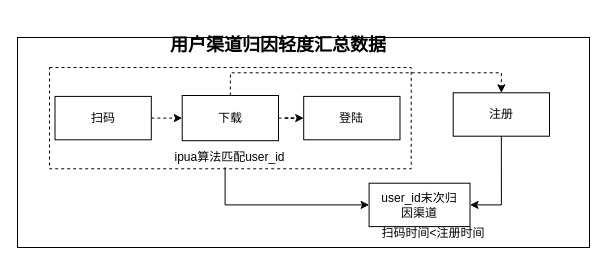
The draw.io diagram mt渠道.drawio in mineminemine123/work-wiki, before the edit. Source tidied: cells renumbered, new cells numbered last; positions are measured from the earlier drawing's top-left corner, leaving out a move shared by most shapes. Both pictures are drawn from the tidied source at 100%, with x=0, y=0 at pixel (17, 17).
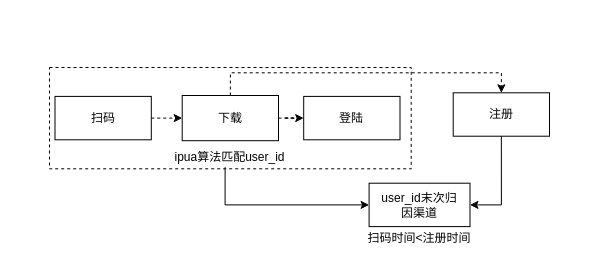
The same diagram, later.

Unchanged cells that the change refers to:
```xml
<mxCell id="4" style="group;" parent="1" vertex="1">
  <mxGeometry x="32" y="50" width="500" height="170" as="geometry" />
</mxCell>
```

Diff of the diagram source:
```diff
@@
-    <mxCell id="2" style="rounded=0;whiteSpace=wrap;html=1;strokeColor=#000000;fontSize=18;fontStyle=0;" parent="1" vertex="1">
-      <mxGeometry y="20" width="572" height="210" as="geometry" />
-    </mxCell>
-    <mxCell id="3" value="用户渠道归因轻度汇总数据" style="text;html=1;strokeColor=none;fillColor=none;align=center;verticalAlign=middle;whiteSpace=wrap;rounded=0;fontSize=18;fontStyle=1;" parent="1" vertex="1">
-      <mxGeometry x="138" width="246" height="55" as="geometry" />
-    </mxCell>
@@
     <mxCell id="5" value="扫码时间&amp;lt;注册时间" style="text;html=1;strokeColor=none;fillColor=none;align=center;verticalAlign=middle;whiteSpace=wrap;rounded=0;dashed=1;fontSize=12;" parent="4" vertex="1">
-      <mxGeometry x="302.1" y="165.3" width="163.8" as="geometry" />
+      <mxGeometry x="288.2" y="170" width="163.8" as="geometry" />
     </mxCell>
```
